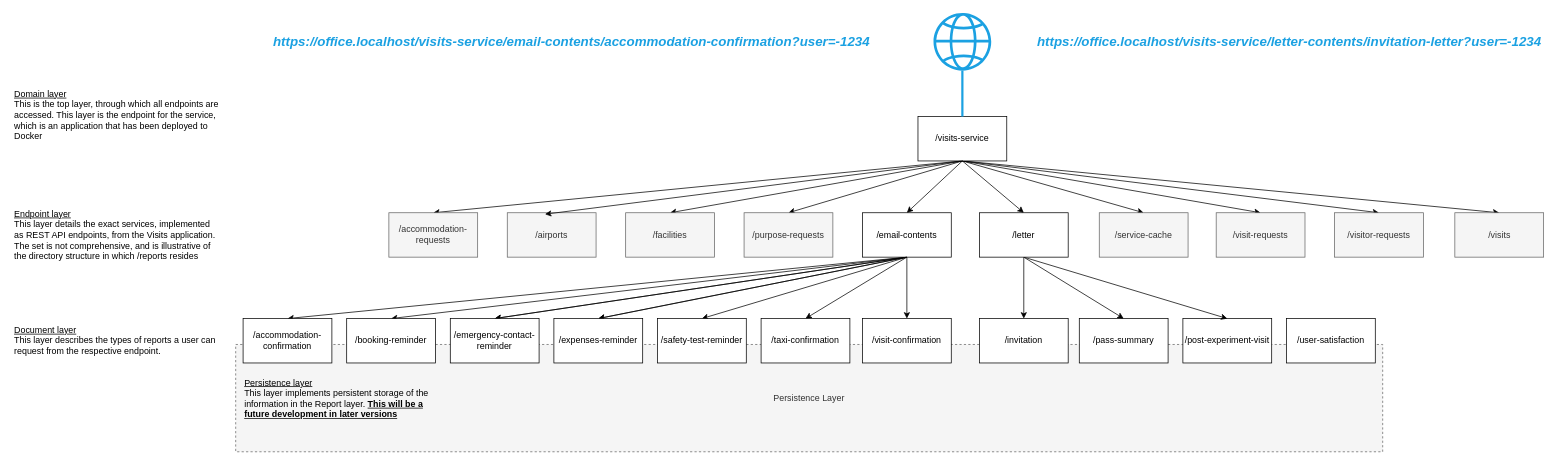
This is Service URL hierarchy.drawio from ambolt314/FinalProjectDesign, a draw.io file, before an edit. Source tidied: cells renumbered, new cells numbered last; positions are measured from the earlier drawing's top-left corner, leaving out a move shared by most shapes. Both pictures are drawn from the tidied source at 74%, with x=0, y=0 at pixel (13, 13).
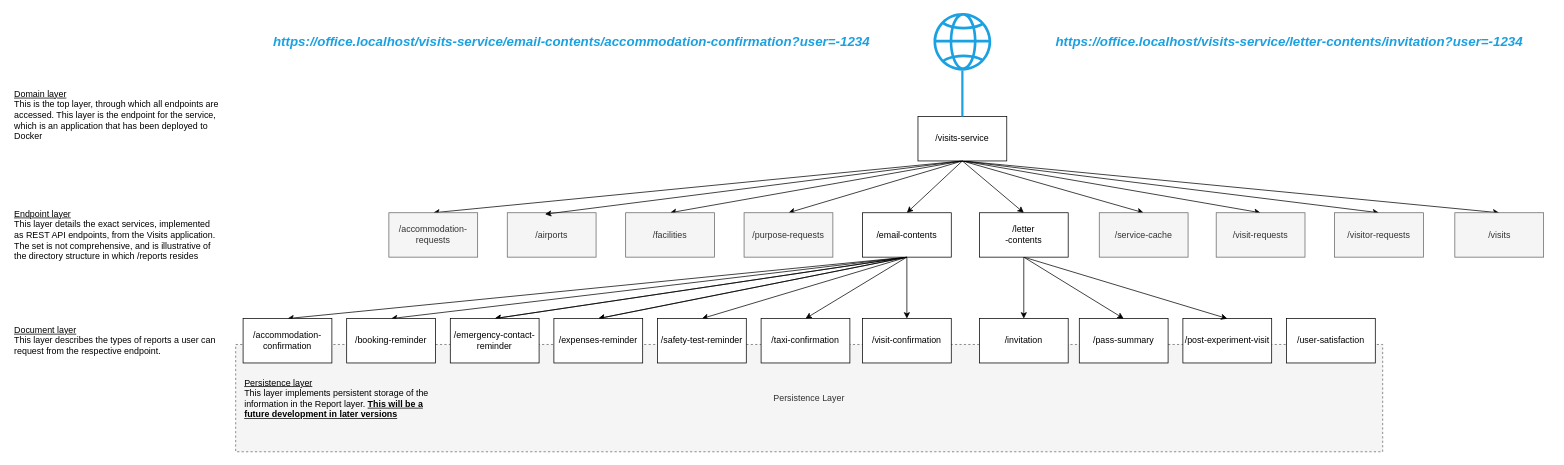
After the change.

Diff of the diagram source:
```diff
@@
-    <mxCell id="45" value="&lt;div&gt;/letter&lt;/div&gt;" style="rounded=0;whiteSpace=wrap;html=1;" parent="1" vertex="1">
+    <mxCell id="45" value="&lt;div&gt;/letter&lt;/div&gt;-contents" style="rounded=0;whiteSpace=wrap;html=1;" parent="1" vertex="1">
       <mxGeometry x="1306" y="270" width="120" height="60" as="geometry" />
     </mxCell>
@@
-    <mxCell id="54" value="&lt;div align=&quot;center&quot;&gt;&lt;font color=&quot;#1ba1e2&quot;&gt;&lt;i&gt;&lt;font style=&quot;font-size: 18px;&quot;&gt;&lt;b&gt;https://office.localhost/visits-service/letter-contents/invitation-letter?user=-1234&lt;/b&gt;&lt;/font&gt;&lt;/i&gt;&lt;/font&gt;&lt;/div&gt;" style="text;html=1;align=center;verticalAlign=middle;whiteSpace=wrap;rounded=0;" parent="1" vertex="1">
+    <mxCell id="54" value="&lt;div align=&quot;center&quot;&gt;&lt;font color=&quot;#1ba1e2&quot;&gt;&lt;i&gt;&lt;font style=&quot;font-size: 18px;&quot;&gt;&lt;b&gt;https://office.localhost/visits-service/letter-contents/invitation?user=-1234&lt;/b&gt;&lt;/font&gt;&lt;/i&gt;&lt;/font&gt;&lt;/div&gt;" style="text;html=1;align=center;verticalAlign=middle;whiteSpace=wrap;rounded=0;" parent="1" vertex="1">
       <mxGeometry x="1371" y="24" width="708" height="30" as="geometry" />
     </mxCell>
```
